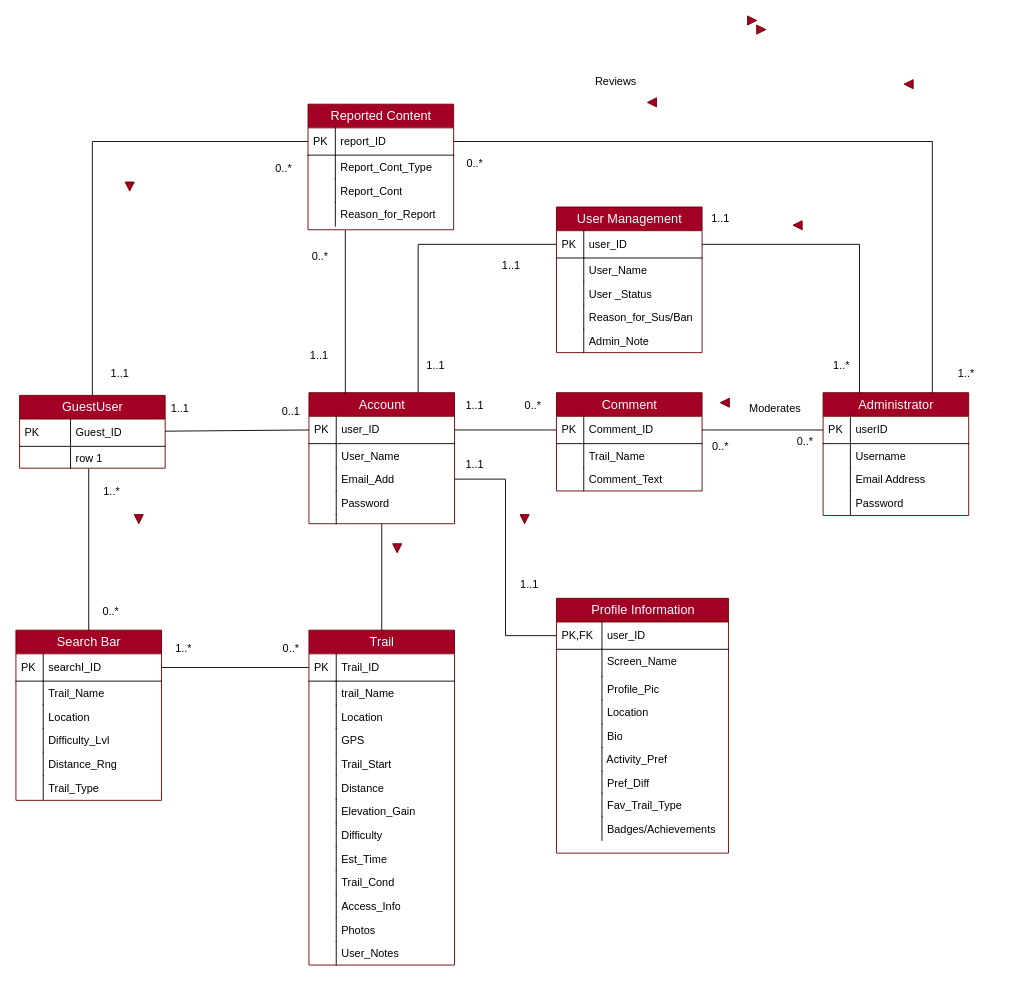
Above: ERDWeb.drawio in Sky-monster/Diagrams (draw.io), before the change. Source tidied: cells renumbered, new cells numbered last; positions are measured from the earlier drawing's top-left corner, leaving out a move shared by most shapes. Both pictures are drawn from the tidied source at 91%, with x=0, y=0 at pixel (15, 15).
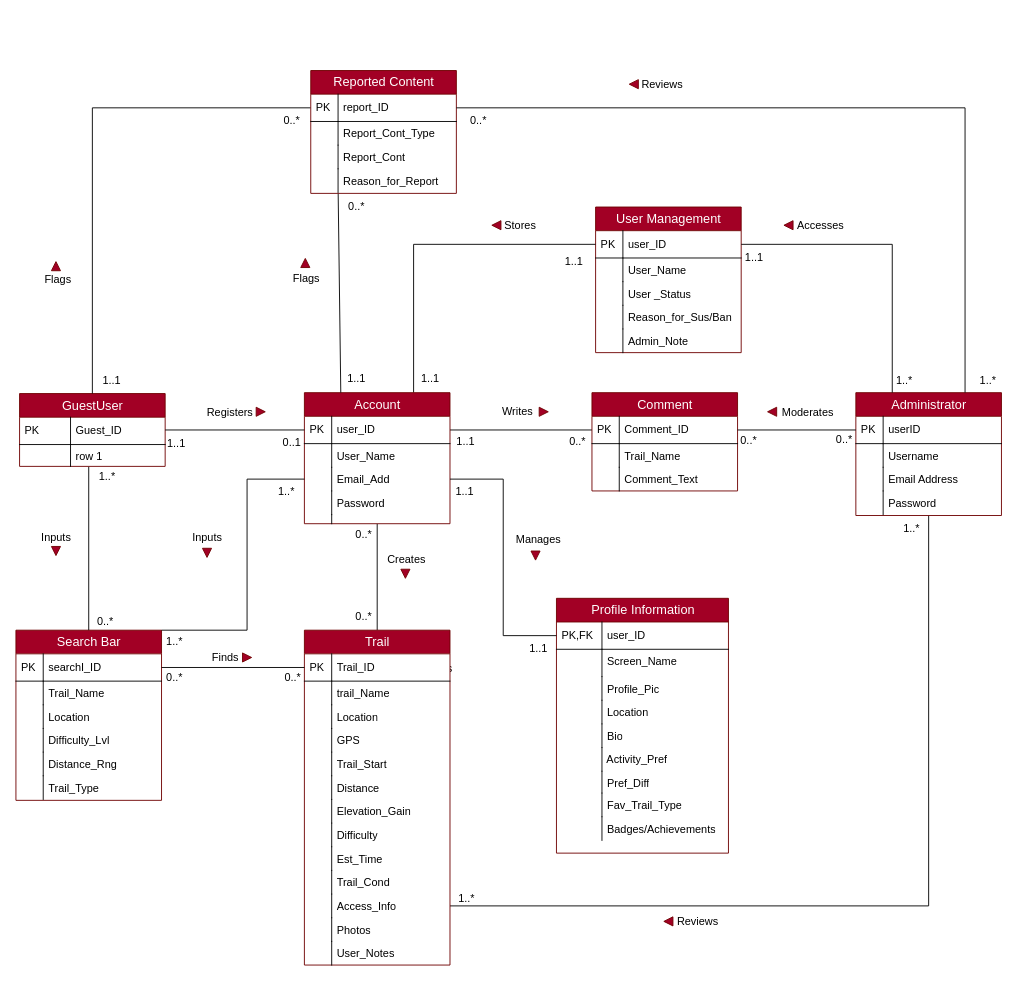
The same page after the edit.

Unchanged cells that the change refers to:
```xml
<mxCell id="49" value="Email_Add" style="shape=partialRectangle;top=0;left=0;right=0;bottom=0;html=1;align=left;verticalAlign=top;fillColor=none;spacingLeft=34;spacingRight=4;whiteSpace=wrap;overflow=hidden;points=[[0,0.5],[1,0.5]];portConstraint=eastwest;fontFamily=Arial;" parent="44" vertex="1">
  <mxGeometry y="82" width="160" height="26" as="geometry" />
</mxCell>
<mxCell id="60" value="Search Bar" style="swimlane;html=1;fontStyle=0;horizontal=1;startSize=26;fillColor=#a20025;swimlaneFillColor=default;align=center;rounded=0;shadow=0;comic=0;labelBackgroundColor=none;strokeWidth=1;fontFamily=Arial;fontSize=14;swimlaneLine=1;fontColor=#ffffff;strokeColor=#6F0000;swimlaneHead=1;swimlaneBody=1;noLabel=0;portConstraintRotation=0;snapToPoint=0;fixDash=0;movableLabel=0;glass=0;gradientColor=none;" parent="1" vertex="1">
  <mxGeometry y="675" width="160" height="187" as="geometry" />
</mxCell>
<mxCell id="83" value="Reason_for_Report" style="shape=partialRectangle;top=0;left=0;right=0;bottom=0;html=1;align=left;verticalAlign=top;fillColor=none;spacingLeft=34;spacingRight=4;whiteSpace=wrap;overflow=hidden;points=[[0,0.5],[1,0.5]];portConstraint=eastwest;fontFamily=Arial;" parent="76" vertex="1">
  <mxGeometry y="108" width="160" height="26" as="geometry" />
</mxCell>
<mxCell id="113" value="Access_Info" style="shape=partialRectangle;top=0;left=0;right=0;bottom=0;html=1;align=left;verticalAlign=top;fillColor=none;spacingLeft=34;spacingRight=4;whiteSpace=wrap;overflow=hidden;points=[[0,0.5],[1,0.5]];portConstraint=eastwest;fontFamily=Arial;" parent="92" vertex="1">
  <mxGeometry y="290" width="160" height="26" as="geometry" />
</mxCell>
```

Change to the diagram source:
```diff
@@
     <mxCell id="2" value="User Management" style="swimlane;html=1;fontStyle=0;horizontal=1;startSize=26;fillColor=#a20025;swimlaneFillColor=#ffffff;align=center;rounded=0;shadow=0;comic=0;labelBackgroundColor=none;strokeWidth=1;fontFamily=Arial;fontSize=14;swimlaneLine=1;fontColor=#ffffff;strokeColor=#6F0000;" parent="1" vertex="1">
-      <mxGeometry x="594" y="210" width="160" height="160" as="geometry" />
+      <mxGeometry x="637" y="210" width="160" height="160" as="geometry" />
     </mxCell>
@@
+    <mxCell id="160" style="edgeStyle=orthogonalEdgeStyle;rounded=0;jettySize=auto;html=1;entryX=1;entryY=0.5;entryDx=0;entryDy=0;endArrow=none;startFill=0;" parent="1" edge="1" source="32" target="113">
+      <mxGeometry relative="1" as="geometry" />
+    </mxCell>
     <mxCell id="32" value="Administrator" style="swimlane;html=1;fontStyle=0;horizontal=1;startSize=26;fillColor=#a20025;swimlaneFillColor=#ffffff;align=center;rounded=0;shadow=0;comic=0;labelBackgroundColor=none;strokeWidth=1;fontFamily=Arial;fontSize=14;fontColor=#ffffff;strokeColor=#6F0000;" parent="1" vertex="1">
-      <mxGeometry x="887" y="414" width="160" height="135" as="geometry" />
+      <mxGeometry x="923" y="414" width="160" height="135" as="geometry" />
     </mxCell>
@@
     <mxCell id="44" value="Account" style="swimlane;html=1;fontStyle=0;horizontal=1;startSize=26;fillColor=#a20025;swimlaneFillColor=#ffffff;align=center;rounded=0;shadow=0;comic=0;labelBackgroundColor=none;strokeWidth=1;fontFamily=Arial;fontSize=14;fontColor=#ffffff;strokeColor=#6F0000;" parent="1" vertex="1">
-      <mxGeometry x="322" y="414" width="160" height="144" as="geometry" />
+      <mxGeometry x="317" y="414" width="160" height="144" as="geometry" />
     </mxCell>
@@
     <mxCell id="55" value="GuestUser" style="swimlane;html=1;fontStyle=0;horizontal=1;startSize=26;fillColor=#a20025;swimlaneFillColor=#ffffff;align=center;rounded=0;shadow=0;comic=0;labelBackgroundColor=none;strokeWidth=1;fontFamily=Arial;fontSize=14;fontColor=#ffffff;strokeColor=#6F0000;" parent="1" vertex="1">
-      <mxGeometry x="4" y="417" width="160" height="80" as="geometry" />
+      <mxGeometry x="4" y="415" width="160" height="80" as="geometry" />
     </mxCell>
@@
+    <mxCell id="161" style="rounded=0;jettySize=auto;html=1;entryX=0.25;entryY=0;entryDx=0;entryDy=0;endArrow=none;startFill=0;exitX=0.188;exitY=0.923;exitDx=0;exitDy=0;exitPerimeter=0;" parent="1" edge="1" source="83" target="44">
+      <mxGeometry relative="1" as="geometry" />
+    </mxCell>
     <mxCell id="76" value="Reported Content" style="swimlane;html=1;fontStyle=0;horizontal=1;startSize=26;fillColor=#a20025;swimlaneFillColor=#ffffff;align=center;rounded=0;shadow=0;comic=0;labelBackgroundColor=none;strokeWidth=1;fontFamily=Arial;fontSize=14;swimlaneLine=1;fontColor=#ffffff;strokeColor=#6F0000;" parent="1" vertex="1">
-      <mxGeometry x="321" y="97" width="160" height="138" as="geometry" />
+      <mxGeometry x="324" y="60" width="160" height="135" as="geometry" />
     </mxCell>
@@
     <mxCell id="85" value="Comment" style="swimlane;html=1;fontStyle=0;horizontal=1;startSize=26;fillColor=#a20025;swimlaneFillColor=#ffffff;align=center;rounded=0;shadow=0;comic=0;labelBackgroundColor=none;strokeWidth=1;fontFamily=Arial;fontSize=14;fontColor=#ffffff;strokeColor=#6F0000;" parent="1" vertex="1">
-      <mxGeometry x="594" y="414" width="160" height="108" as="geometry" />
+      <mxGeometry x="633" y="414" width="160" height="108" as="geometry" />
     </mxCell>
@@
     <mxCell id="92" value="Trail" style="swimlane;html=1;fontStyle=0;horizontal=1;startSize=26;fillColor=#a20025;swimlaneFillColor=#ffffff;align=center;rounded=0;shadow=0;comic=0;labelBackgroundColor=none;strokeWidth=1;fontFamily=Arial;fontSize=14;fontColor=#ffffff;strokeColor=#6F0000;" parent="1" vertex="1">
-      <mxGeometry x="322" y="675" width="160" height="368" as="geometry" />
+      <mxGeometry x="317" y="675" width="160" height="368" as="geometry" />
     </mxCell>
@@
     <mxCell id="125" value="&lt;font face=&quot;Arial&quot;&gt;0..*&lt;/font&gt;" style="text;html=1;align=center;verticalAlign=middle;strokeColor=none;fillColor=none;" parent="1" vertex="1">
-      <mxGeometry x="274" y="152.5" width="40" height="30" as="geometry" />
+      <mxGeometry x="283" y="100" width="40" height="30" as="geometry" />
     </mxCell>
     <mxCell id="126" value="1..1" style="text;html=1;align=center;verticalAlign=middle;strokeColor=none;fillColor=none;" parent="1" vertex="1">
-      <mxGeometry x="94" y="378" width="40" height="30" as="geometry" />
+      <mxGeometry x="85" y="386" width="40" height="30" as="geometry" />
     </mxCell>
     <mxCell id="127" value="0..*" style="text;html=1;align=center;verticalAlign=middle;strokeColor=none;fillColor=none;" parent="1" vertex="1">
-      <mxGeometry x="314" y="250" width="40" height="30" as="geometry" />
+      <mxGeometry x="354" y="195" width="40" height="30" as="geometry" />
     </mxCell>
     <mxCell id="128" value="1..1" style="text;html=1;align=center;verticalAlign=middle;strokeColor=none;fillColor=none;" parent="1" vertex="1">
-      <mxGeometry x="313" y="358" width="40" height="30" as="geometry" />
+      <mxGeometry x="354" y="384" width="40" height="30" as="geometry" />
     </mxCell>
     <mxCell id="129" value="1..1" style="text;html=1;align=center;verticalAlign=middle;strokeColor=none;fillColor=none;" parent="1" vertex="1">
-      <mxGeometry x="484" y="478" width="40" height="30" as="geometry" />
+      <mxGeometry x="473" y="508" width="40" height="30" as="geometry" />
     </mxCell>
     <mxCell id="130" value="1..1" style="text;html=1;align=center;verticalAlign=middle;strokeColor=none;fillColor=none;" parent="1" vertex="1">
-      <mxGeometry x="544" y="610" width="40" height="30" as="geometry" />
+      <mxGeometry x="554" y="681" width="40" height="30" as="geometry" />
     </mxCell>
-    <mxCell id="131" style="rounded=0;jettySize=auto;html=1;entryX=0.256;entryY=1.17;entryDx=0;entryDy=0;entryPerimeter=0;exitX=0.25;exitY=0;exitDx=0;exitDy=0;endArrow=none;startFill=0;" parent="1" edge="1" target="83">
-      <mxGeometry relative="1" as="geometry">
-        <mxPoint x="362" y="416" as="sourcePoint" />
-      </mxGeometry>
-    </mxCell>
     <mxCell id="132" value="1..1" style="text;html=1;align=center;verticalAlign=middle;strokeColor=none;fillColor=none;" parent="1" vertex="1">
-      <mxGeometry x="524" y="260" width="40" height="30" as="geometry" />
+      <mxGeometry x="593" y="255" width="40" height="30" as="geometry" />
     </mxCell>
     <mxCell id="133" value="1..1" style="text;html=1;align=center;verticalAlign=middle;strokeColor=none;fillColor=none;" parent="1" vertex="1">
-      <mxGeometry x="441" y="370" width="40" height="30" as="geometry" />
+      <mxGeometry x="435" y="384" width="40" height="30" as="geometry" />
     </mxCell>
     <mxCell id="134" value="0..*" style="text;html=1;align=center;verticalAlign=middle;strokeColor=none;fillColor=none;" parent="1" vertex="1">
-      <mxGeometry x="484" y="148" width="40" height="30" as="geometry" />
+      <mxGeometry x="488" y="100" width="40" height="30" as="geometry" />
     </mxCell>
     <mxCell id="135" value="1..*" style="text;html=1;align=center;verticalAlign=middle;strokeColor=none;fillColor=none;" parent="1" vertex="1">
-      <mxGeometry x="1024" y="378" width="40" height="30" as="geometry" />
+      <mxGeometry x="1048" y="386" width="40" height="30" as="geometry" />
     </mxCell>
     <mxCell id="136" value="1..*" style="text;html=1;align=center;verticalAlign=middle;strokeColor=none;fillColor=none;" parent="1" vertex="1">
-      <mxGeometry x="887" y="370" width="40" height="30" as="geometry" />
+      <mxGeometry x="956" y="386" width="40" height="30" as="geometry" />
     </mxCell>
     <mxCell id="137" value="1..1" style="text;html=1;align=center;verticalAlign=middle;strokeColor=none;fillColor=none;" parent="1" vertex="1">
-      <mxGeometry x="754" y="208" width="40" height="30" as="geometry" />
+      <mxGeometry x="791" y="251" width="40" height="30" as="geometry" />
     </mxCell>
     <mxCell id="138" value="0..1" style="text;html=1;align=center;verticalAlign=middle;strokeColor=none;fillColor=none;" parent="1" vertex="1">
-      <mxGeometry x="282" y="420" width="40" height="30" as="geometry" />
+      <mxGeometry x="283" y="454" width="40" height="30" as="geometry" />
     </mxCell>
     <mxCell id="139" value="1..1" style="text;html=1;align=center;verticalAlign=middle;strokeColor=none;fillColor=none;" parent="1" vertex="1">
-      <mxGeometry x="160" y="417" width="40" height="30" as="geometry" />
+      <mxGeometry x="156" y="455" width="40" height="30" as="geometry" />
     </mxCell>
     <mxCell id="140" value="0..*" style="text;html=1;align=center;verticalAlign=middle;strokeColor=none;fillColor=none;" parent="1" vertex="1">
-      <mxGeometry x="84" y="640" width="40" height="30" as="geometry" />
+      <mxGeometry x="78" y="651" width="40" height="30" as="geometry" />
     </mxCell>
     <mxCell id="141" value="1..*" style="text;html=1;align=center;verticalAlign=middle;strokeColor=none;fillColor=none;" parent="1" vertex="1">
-      <mxGeometry x="85" y="508" width="40" height="30" as="geometry" />
+      <mxGeometry x="80" y="492" width="40" height="30" as="geometry" />
     </mxCell>
     <mxCell id="142" value="0..*" style="text;html=1;align=center;verticalAlign=middle;strokeColor=none;fillColor=none;" parent="1" vertex="1">
-      <mxGeometry x="282" y="680" width="40" height="30" as="geometry" />
+      <mxGeometry x="284" y="712" width="40" height="30" as="geometry" />
     </mxCell>
     <mxCell id="143" value="1..*" style="text;html=1;align=center;verticalAlign=middle;strokeColor=none;fillColor=none;" parent="1" vertex="1">
-      <mxGeometry x="164" y="680" width="40" height="30" as="geometry" />
+      <mxGeometry x="154" y="673" width="40" height="30" as="geometry" />
     </mxCell>
     <mxCell id="144" value="0..*" style="text;html=1;align=center;verticalAlign=middle;strokeColor=none;fillColor=none;" parent="1" vertex="1">
-      <mxGeometry x="548" y="413" width="40" height="30" as="geometry" />
+      <mxGeometry x="597" y="453" width="40" height="30" as="geometry" />
     </mxCell>
     <mxCell id="145" value="1..1" style="text;html=1;align=center;verticalAlign=middle;strokeColor=none;fillColor=none;" parent="1" vertex="1">
-      <mxGeometry x="484" y="413" width="40" height="30" as="geometry" />
+      <mxGeometry x="474" y="453" width="40" height="30" as="geometry" />
     </mxCell>
     <mxCell id="146" value="0..*" style="text;html=1;align=center;verticalAlign=middle;strokeColor=none;fillColor=none;" parent="1" vertex="1">
-      <mxGeometry x="754" y="458" width="40" height="30" as="geometry" />
+      <mxGeometry x="785" y="452" width="40" height="30" as="geometry" />
     </mxCell>
     <mxCell id="147" value="0..*" style="text;html=1;align=center;verticalAlign=middle;strokeColor=none;fillColor=none;" parent="1" vertex="1">
-      <mxGeometry x="847" y="453" width="40" height="30" as="geometry" />
+      <mxGeometry x="890" y="451" width="40" height="30" as="geometry" />
     </mxCell>
-    <mxCell id="148" style="triangle;whiteSpace=wrap;html=1;fillColor=#a20025;fontColor=#ffffff;strokeColor=#6F0000;rotation=-180;" parent="1" vertex="1">
-      <mxGeometry x="976" y="70" width="10" height="10" as="geometry" />
+    <mxCell id="148" style="triangle;whiteSpace=wrap;html=1;fillColor=#a20025;fontColor=#ffffff;strokeColor=#6F0000;rotation=0;" parent="1" vertex="1">
+      <mxGeometry x="249" y="700" width="10" height="10" as="geometry" />
     </mxCell>
     <mxCell id="149" style="triangle;whiteSpace=wrap;html=1;fillColor=#a20025;fontColor=#ffffff;strokeColor=#6F0000;rotation=90;" parent="1" vertex="1">
-      <mxGeometry x="554" y="548" width="10" height="10" as="geometry" />
+      <mxGeometry x="566" y="588" width="10" height="10" as="geometry" />
     </mxCell>
     <mxCell id="150" style="triangle;whiteSpace=wrap;html=1;fillColor=#a20025;fontColor=#ffffff;strokeColor=#6F0000;" parent="1" vertex="1">
-      <mxGeometry x="804" width="10" height="10" as="geometry" />
+      <mxGeometry x="575" y="430" width="10" height="10" as="geometry" />
     </mxCell>
     <mxCell id="151" style="triangle;whiteSpace=wrap;html=1;fillColor=#a20025;fontColor=#ffffff;strokeColor=#6F0000;rotation=-180;" parent="1" vertex="1">
-      <mxGeometry x="694" y="90" width="10" height="10" as="geometry" />
+      <mxGeometry x="674" y="70" width="10" height="10" as="geometry" />
     </mxCell>
     <mxCell id="152" value="Reviews" style="text;html=1;align=center;verticalAlign=middle;strokeColor=none;fillColor=none;" parent="1" vertex="1">
-      <mxGeometry x="624" y="56.5" width="70" height="30" as="geometry" />
+      <mxGeometry x="675" y="61" width="70" height="30" as="geometry" />
     </mxCell>
     <mxCell id="153" style="triangle;whiteSpace=wrap;html=1;fillColor=#a20025;fontColor=#ffffff;strokeColor=#6F0000;rotation=-180;" parent="1" vertex="1">
-      <mxGeometry x="774" y="420" width="10" height="10" as="geometry" />
+      <mxGeometry x="826" y="430" width="10" height="10" as="geometry" />
     </mxCell>
     <mxCell id="154" value="Moderates" style="text;html=1;align=center;verticalAlign=middle;strokeColor=none;fillColor=none;" parent="1" vertex="1">
-      <mxGeometry x="794" y="416.5" width="80" height="30" as="geometry" />
+      <mxGeometry x="830" y="421" width="80" height="30" as="geometry" />
     </mxCell>
     <mxCell id="155" style="triangle;whiteSpace=wrap;html=1;fillColor=#a20025;fontColor=#ffffff;strokeColor=#6F0000;rotation=90;" parent="1" vertex="1">
-      <mxGeometry x="414" y="580" width="10" height="10" as="geometry" />
+      <mxGeometry x="423" y="608" width="10" height="10" as="geometry" />
     </mxCell>
-    <mxCell id="156" style="triangle;whiteSpace=wrap;html=1;fillColor=#a20025;fontColor=#ffffff;strokeColor=#6F0000;rotation=90;" parent="1" vertex="1">
-      <mxGeometry x="120" y="182.5" width="10" height="10" as="geometry" />
+    <mxCell id="156" style="triangle;whiteSpace=wrap;html=1;fillColor=#a20025;fontColor=#ffffff;strokeColor=#6F0000;rotation=-90;" parent="1" vertex="1">
+      <mxGeometry x="39" y="270" width="10" height="10" as="geometry" />
     </mxCell>
     <mxCell id="157" style="triangle;whiteSpace=wrap;html=1;fillColor=#a20025;fontColor=#ffffff;strokeColor=#6F0000;rotation=90;" parent="1" vertex="1">
-      <mxGeometry x="130" y="548" width="10" height="10" as="geometry" />
+      <mxGeometry x="39" y="583" width="10" height="10" as="geometry" />
     </mxCell>
     <mxCell id="158" style="triangle;whiteSpace=wrap;html=1;fillColor=#a20025;fontColor=#ffffff;strokeColor=#6F0000;rotation=-180;" parent="1" vertex="1">
-      <mxGeometry x="854" y="225" width="10" height="10" as="geometry" />
+      <mxGeometry x="844" y="225" width="10" height="10" as="geometry" />
     </mxCell>
-    <mxCell id="159" style="triangle;whiteSpace=wrap;html=1;fillColor=#a20025;fontColor=#ffffff;strokeColor=#6F0000;" parent="1" vertex="1">
-      <mxGeometry x="814" y="10" width="10" height="10" as="geometry" />
+    <mxCell id="159" style="triangle;whiteSpace=wrap;html=1;fillColor=#a20025;fontColor=#ffffff;strokeColor=#6F0000;rotation=-180;" parent="1" vertex="1">
+      <mxGeometry x="523" y="225" width="10" height="10" as="geometry" />
     </mxCell>
+    <mxCell id="162" value="Stores" style="text;html=1;align=center;verticalAlign=middle;strokeColor=none;fillColor=none;" parent="1" vertex="1">
+      <mxGeometry x="524" y="216" width="60" height="30" as="geometry" />
+    </mxCell>
+    <mxCell id="163" value="Accesses" style="text;html=1;align=center;verticalAlign=middle;strokeColor=none;fillColor=none;" parent="1" vertex="1">
+      <mxGeometry x="849" y="216" width="70" height="30" as="geometry" />
+    </mxCell>
+    <mxCell id="164" value="Manages" style="text;html=1;align=center;verticalAlign=middle;strokeColor=none;fillColor=none;" parent="1" vertex="1">
+      <mxGeometry x="539" y="561" width="70" height="30" as="geometry" />
+    </mxCell>
+    <mxCell id="165" value="Writes" style="text;html=1;align=center;verticalAlign=middle;strokeColor=none;fillColor=none;" parent="1" vertex="1">
+      <mxGeometry x="521" y="420" width="60" height="30" as="geometry" />
+    </mxCell>
+    <mxCell id="166" value="Flags" style="text;html=1;align=center;verticalAlign=middle;strokeColor=none;fillColor=none;" parent="1" vertex="1">
+      <mxGeometry x="21" y="275" width="50" height="30" as="geometry" />
+    </mxCell>
+    <mxCell id="167" style="triangle;whiteSpace=wrap;html=1;fillColor=#a20025;fontColor=#ffffff;strokeColor=#6F0000;rotation=-90;" parent="1" vertex="1">
+      <mxGeometry x="313" y="266.5" width="10" height="10" as="geometry" />
+    </mxCell>
+    <mxCell id="168" value="Flags" style="text;html=1;align=center;verticalAlign=middle;strokeColor=none;fillColor=none;" parent="1" vertex="1">
+      <mxGeometry x="294" y="274" width="50" height="30" as="geometry" />
+    </mxCell>
+    <mxCell id="169" value="Creates" style="text;html=1;align=center;verticalAlign=middle;strokeColor=none;fillColor=none;" parent="1" vertex="1">
+      <mxGeometry x="394" y="583" width="70" height="30" as="geometry" />
+    </mxCell>
+    <mxCell id="170" value="0..*" style="text;html=1;align=center;verticalAlign=middle;strokeColor=none;fillColor=none;" parent="1" vertex="1">
+      <mxGeometry x="362" y="555" width="40" height="30" as="geometry" />
+    </mxCell>
+    <mxCell id="171" value="0..*" style="text;html=1;align=center;verticalAlign=middle;strokeColor=none;fillColor=none;" parent="1" vertex="1">
+      <mxGeometry x="362" y="645" width="40" height="30" as="geometry" />
+    </mxCell>
+    <mxCell id="172" value="1..*" style="text;html=1;align=center;verticalAlign=middle;strokeColor=none;fillColor=none;" parent="1" vertex="1">
+      <mxGeometry x="475" y="955" width="40" height="30" as="geometry" />
+    </mxCell>
+    <mxCell id="173" value="1..*" style="text;html=1;align=center;verticalAlign=middle;strokeColor=none;fillColor=none;" parent="1" vertex="1">
+      <mxGeometry x="964" y="549" width="40" height="30" as="geometry" />
+    </mxCell>
+    <mxCell id="174" value="Reviews" style="text;html=1;align=center;verticalAlign=middle;strokeColor=none;fillColor=none;" parent="1" vertex="1">
+      <mxGeometry x="714" y="981" width="70" height="30" as="geometry" />
+    </mxCell>
+    <mxCell id="175" style="triangle;whiteSpace=wrap;html=1;fillColor=#a20025;fontColor=#ffffff;strokeColor=#6F0000;rotation=-180;" parent="1" vertex="1">
+      <mxGeometry x="712" y="990" width="10" height="10" as="geometry" />
+    </mxCell>
+    <mxCell id="176" value="Finds" style="text;html=1;align=center;verticalAlign=middle;strokeColor=none;fillColor=none;" parent="1" vertex="1">
+      <mxGeometry x="205" y="690" width="50" height="30" as="geometry" />
+    </mxCell>
+    <mxCell id="177" value="Inputs" style="text;html=1;align=center;verticalAlign=middle;strokeColor=none;fillColor=none;" parent="1" vertex="1">
+      <mxGeometry x="14" y="558" width="60" height="30" as="geometry" />
+    </mxCell>
+    <mxCell id="178" value="Inputs" style="text;html=1;align=center;verticalAlign=middle;strokeColor=none;fillColor=none;" parent="1" vertex="1">
+      <mxGeometry x="180" y="558" width="60" height="30" as="geometry" />
+    </mxCell>
+    <mxCell id="179" value="Registers" style="text;html=1;align=center;verticalAlign=middle;strokeColor=none;fillColor=none;" parent="1" vertex="1">
+      <mxGeometry x="200" y="421" width="70" height="30" as="geometry" />
+    </mxCell>
+    <mxCell id="180" style="triangle;whiteSpace=wrap;html=1;fillColor=#a20025;fontColor=#ffffff;strokeColor=#6F0000;" parent="1" vertex="1">
+      <mxGeometry x="264" y="430" width="10" height="10" as="geometry" />
+    </mxCell>
+    <mxCell id="181" style="rounded=0;jettySize=auto;html=1;entryX=1;entryY=0;entryDx=0;entryDy=0;exitX=0;exitY=0.5;exitDx=0;exitDy=0;edgeStyle=orthogonalEdgeStyle;endArrow=none;startFill=0;" parent="1" edge="1" source="49" target="60">
+      <mxGeometry relative="1" as="geometry">
+        <Array as="points">
+          <mxPoint x="254" y="509" />
+          <mxPoint x="254" y="675" />
+        </Array>
+      </mxGeometry>
+    </mxCell>
+    <mxCell id="182" value="1..*" style="text;html=1;align=center;verticalAlign=middle;strokeColor=none;fillColor=none;" parent="1" vertex="1">
+      <mxGeometry x="277" y="508" width="40" height="30" as="geometry" />
+    </mxCell>
+    <mxCell id="183" style="triangle;whiteSpace=wrap;html=1;fillColor=#a20025;fontColor=#ffffff;strokeColor=#6F0000;rotation=90;" parent="1" vertex="1">
+      <mxGeometry x="205" y="585" width="10" height="10" as="geometry" />
+    </mxCell>
+    <mxCell id="184" value="0..*" style="text;html=1;align=center;verticalAlign=middle;strokeColor=none;fillColor=none;" parent="1" vertex="1">
+      <mxGeometry x="154" y="712" width="40" height="30" as="geometry" />
+    </mxCell>
```
